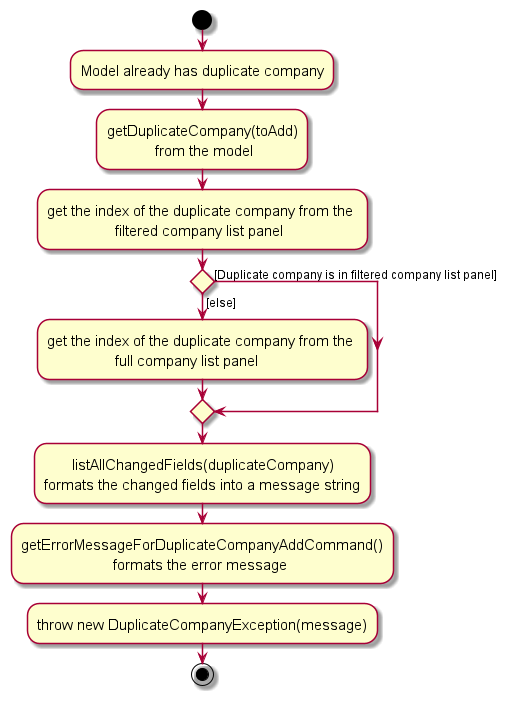
Before: docs/images/duplicate-detection/add-command/DuplicateActivityDiagram.png, a diagram exported from PlantUML (tayruxin/tp). The source it was exported from:
```plantuml
@startuml
skin rose
skinparam ActivityFontSize 15
skinparam ArrowFontSize 12
start
:Model already has duplicate company;


:getDuplicateCompany(toAdd)\n            from the model;
:get the index of the duplicate company from the \n                 filtered company list panel;
if () then ([else])
    :get the index of the duplicate company from the \n                 full company list panel;
else ([Duplicate company is in filtered company list panel])
    endif

:       listAllChangedFields(duplicateCompany)\nformats the changed fields into a message string;
:getErrorMessageForDuplicateCompanyAddCommand()\n                       formats the error message;
:throw new DuplicateCompanyException(message);
stop
@enduml
```
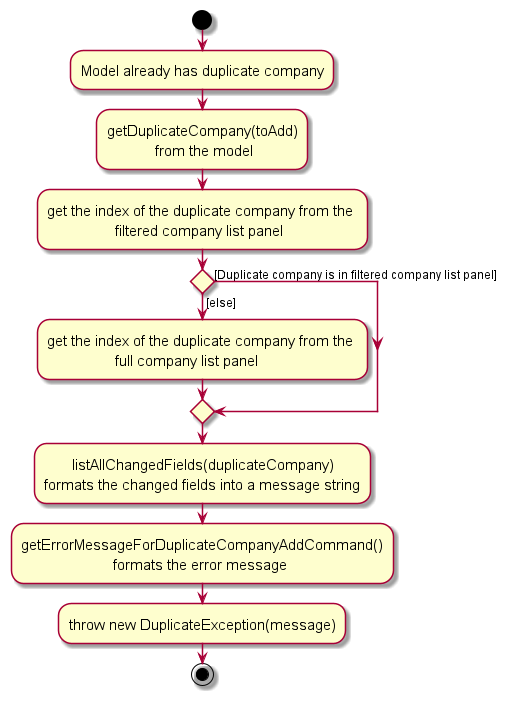
The same diagram one commit later.

Commit message:
Change Activity Diagram

Change Activity Diagram

Diff of the diagram source:
```diff
@@ -15,6 +15,6 @@
 
 :       listAllChangedFields(duplicateCompany)\nformats the changed fields into a message string;
 :getErrorMessageForDuplicateCompanyAddCommand()\n                       formats the error message;
-:throw new DuplicateCompanyException(message);
+:throw new DuplicateException(message);
 stop
 @enduml
```
